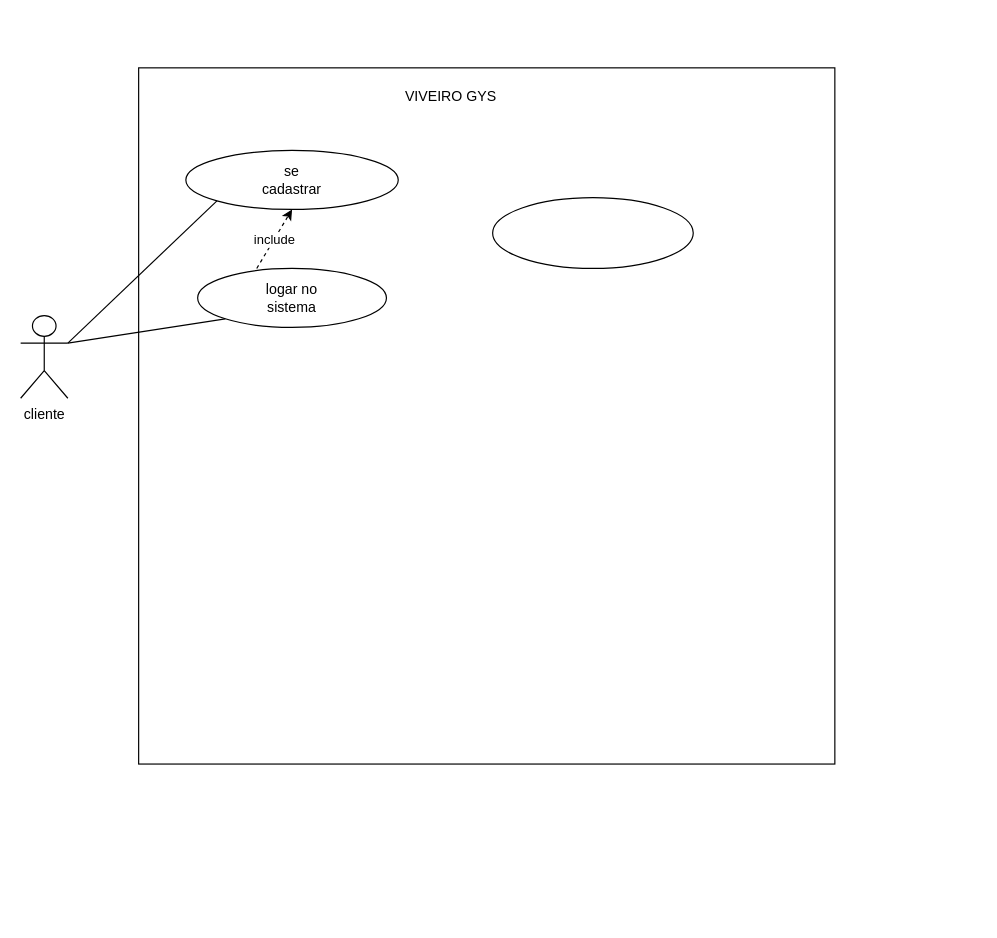
The draw.io diagram docs/use_cases.drawio in gqbrriela/viveiro-gys, before the edit. Source tidied: cells renumbered, new cells numbered last; positions are measured from the earlier drawing's top-left corner, leaving out a move shared by most shapes. Both pictures are drawn from the tidied source at 118%, with x=0, y=0 at pixel (20, 67).
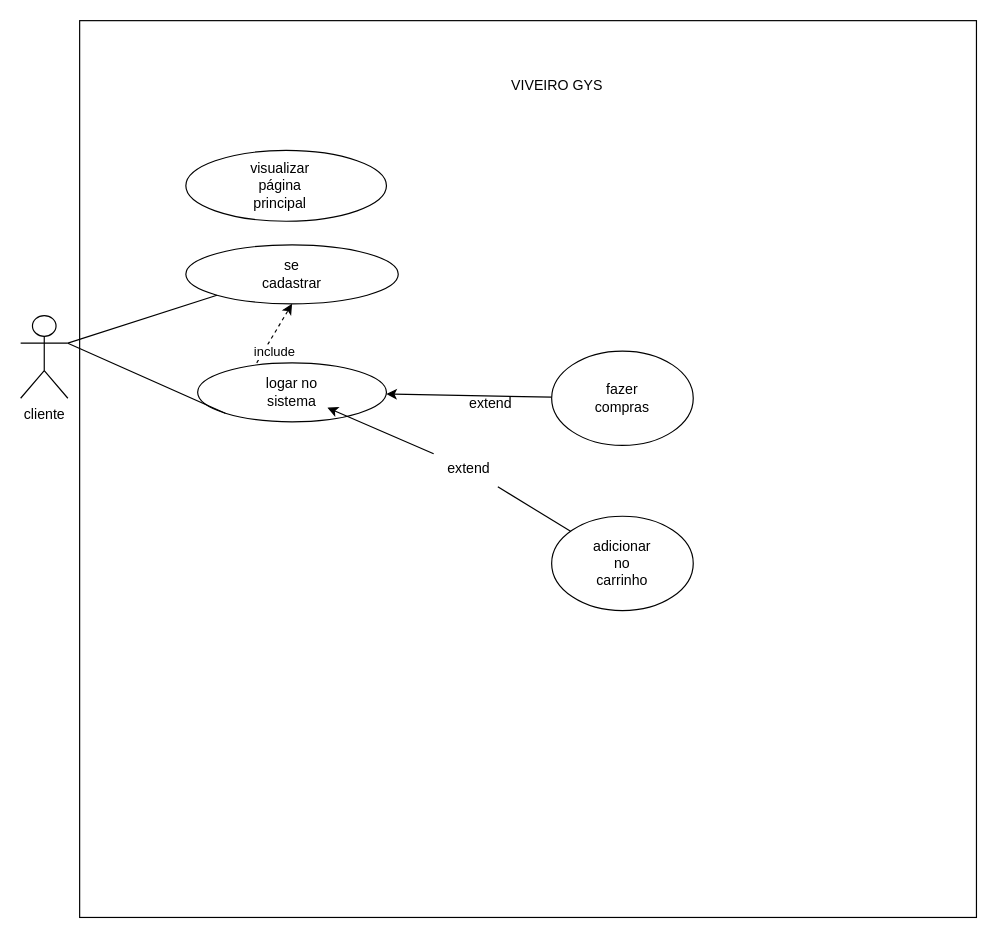
After the change.

Commit message:
NOVA MULHER UPDATE 2022

Unchanged cells that the change refers to:
```xml
<mxCell id="12" style="endArrow=classic;html=1;entryX=0.5;entryY=1;entryDx=0;entryDy=0;exitX=0.313;exitY=0;exitDx=0;exitDy=0;exitPerimeter=0;dashed=1;" parent="1" edge="1" source="7" target="4">
  <mxGeometry relative="1" as="geometry" />
</mxCell>
```

Diff of the diagram source:
```diff
@@
     <mxCell id="3" style="whiteSpace=wrap;html=1;" parent="1" vertex="1">
-      <mxGeometry x="100" width="590" height="590" as="geometry" />
+      <mxGeometry x="50" y="-40" width="760" height="760" as="geometry" />
     </mxCell>
     <mxCell id="4" style="ellipse;whiteSpace=wrap;html=1;" parent="1" vertex="1">
-      <mxGeometry x="140" y="70" width="180" height="50" as="geometry" />
+      <mxGeometry x="140" y="150" width="180" height="50" as="geometry" />
     </mxCell>
     <mxCell id="5" value="VIVEIRO GYS&amp;nbsp;" style="text;html=1;strokeColor=none;fillColor=none;align=center;verticalAlign=middle;whiteSpace=wrap;rounded=0;" parent="1" vertex="1">
-      <mxGeometry x="320" y="10" width="93" height="30" as="geometry" />
+      <mxGeometry x="410" width="93" height="30" as="geometry" />
     </mxCell>
@@
     <mxCell id="7" style="ellipse;whiteSpace=wrap;html=1;" parent="1" vertex="1">
-      <mxGeometry x="150" y="170" width="160" height="50" as="geometry" />
+      <mxGeometry x="150" y="250" width="160" height="50" as="geometry" />
     </mxCell>
     <mxCell id="8" value="se cadastrar" style="text;html=1;strokeColor=none;fillColor=none;align=center;verticalAlign=middle;whiteSpace=wrap;rounded=0;" parent="1" vertex="1">
-      <mxGeometry x="200" y="80" width="60" height="30" as="geometry" />
+      <mxGeometry x="200" y="160" width="60" height="30" as="geometry" />
     </mxCell>
@@
     <mxCell id="10" style="ellipse;whiteSpace=wrap;html=1;" parent="1" vertex="1">
-      <mxGeometry x="400" y="110" width="170" height="60" as="geometry" />
+      <mxGeometry x="140" y="70" width="170" height="60" as="geometry" />
     </mxCell>
     <mxCell id="11" value="logar no sistema" style="text;html=1;strokeColor=none;fillColor=none;align=center;verticalAlign=middle;whiteSpace=wrap;rounded=0;" parent="1" vertex="1">
-      <mxGeometry x="200" y="180" width="60" height="30" as="geometry" />
+      <mxGeometry x="200" y="260" width="60" height="30" as="geometry" />
     </mxCell>
@@
     <mxCell id="13" value="include" style="edgeLabel;html=1;align=center;verticalAlign=middle;" parent="12" vertex="1">
-      <mxGeometry relative="1" as="geometry" />
+      <mxGeometry relative="1" as="geometry">
+        <mxPoint y="15" as="offset" />
+      </mxGeometry>
     </mxCell>
+    <mxCell id="14" value="visualizar página principal" style="text;html=1;strokeColor=none;fillColor=none;align=center;verticalAlign=middle;whiteSpace=wrap;rounded=0;" parent="1" vertex="1">
+      <mxGeometry x="190" y="85" width="60" height="30" as="geometry" />
+    </mxCell>
+    <mxCell id="15" style="edgeStyle=none;html=1;" parent="1" edge="1" source="16" target="7">
+      <mxGeometry relative="1" as="geometry" />
+    </mxCell>
+    <mxCell id="16" style="ellipse;whiteSpace=wrap;html=1;" parent="1" vertex="1">
+      <mxGeometry x="450" y="240" width="120" height="80" as="geometry" />
+    </mxCell>
+    <mxCell id="17" style="edgeStyle=none;html=1;startArrow=none;" parent="1" edge="1" source="22" target="11">
+      <mxGeometry relative="1" as="geometry" />
+    </mxCell>
+    <mxCell id="18" style="ellipse;whiteSpace=wrap;html=1;" parent="1" vertex="1">
+      <mxGeometry x="450" y="380" width="120" height="80" as="geometry" />
+    </mxCell>
+    <mxCell id="19" value="fazer compras" style="text;html=1;strokeColor=none;fillColor=none;align=center;verticalAlign=middle;whiteSpace=wrap;rounded=0;" parent="1" vertex="1">
+      <mxGeometry x="480" y="265" width="60" height="30" as="geometry" />
+    </mxCell>
+    <mxCell id="20" value="adicionar no carrinho" style="text;html=1;strokeColor=none;fillColor=none;align=center;verticalAlign=middle;whiteSpace=wrap;rounded=0;" parent="1" vertex="1">
+      <mxGeometry x="480" y="405" width="60" height="30" as="geometry" />
+    </mxCell>
+    <mxCell id="21" value="extend" style="text;html=1;strokeColor=none;fillColor=none;align=center;verticalAlign=middle;whiteSpace=wrap;rounded=0;" parent="1" vertex="1">
+      <mxGeometry x="370" y="270" width="57" height="30" as="geometry" />
+    </mxCell>
+    <mxCell id="22" value="extend" style="text;html=1;strokeColor=none;fillColor=none;align=center;verticalAlign=middle;whiteSpace=wrap;rounded=0;" parent="1" vertex="1">
+      <mxGeometry x="350" y="325" width="60" height="30" as="geometry" />
+    </mxCell>
+    <mxCell id="23" style="edgeStyle=none;html=1;endArrow=none;" parent="1" edge="1" source="18" target="22">
+      <mxGeometry relative="1" as="geometry" />
+    </mxCell>
```
